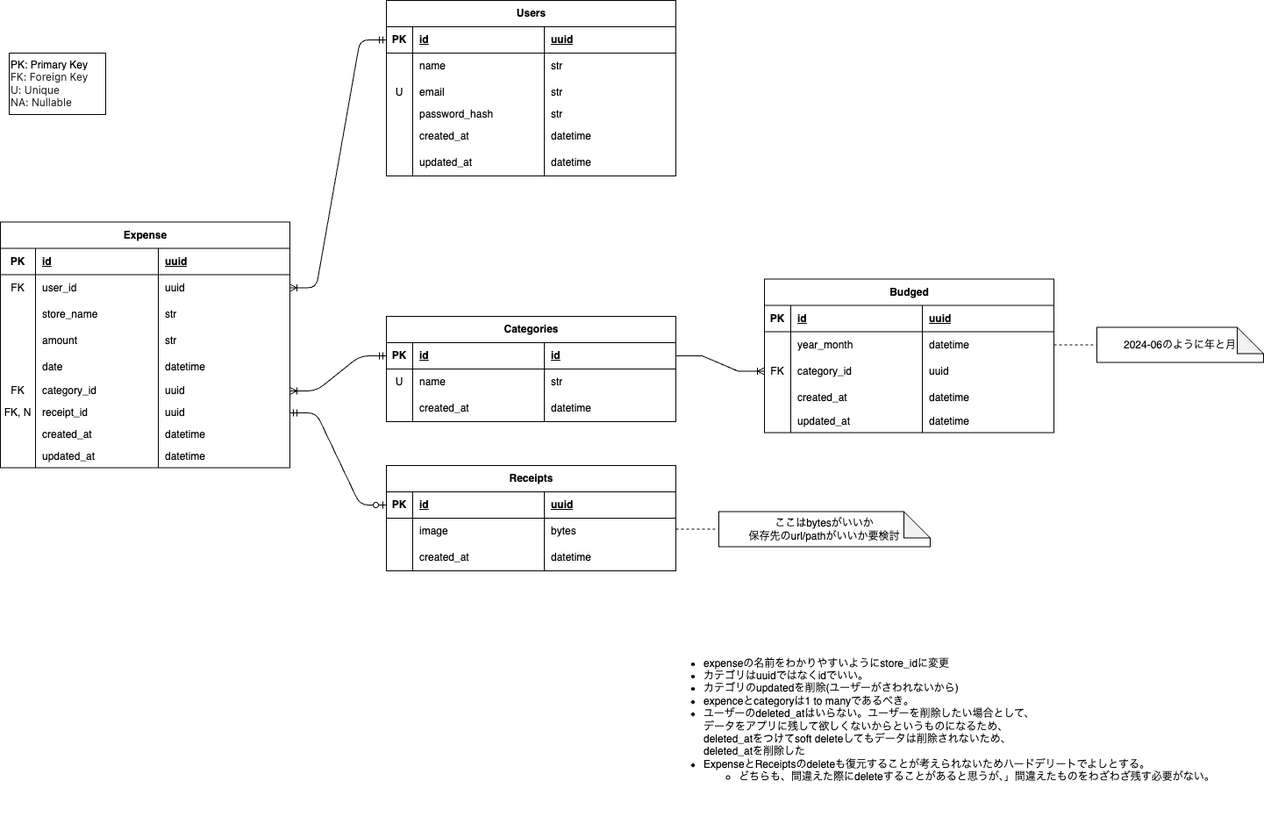
Earlier version of the draw.io export architecture/ER/ER_v2.png (ogaogs/receipt-scanner). Source tidied: cells renumbered, new cells last; positions are measured from the earlier drawing's top-left corner, leaving out a move shared by most shapes.
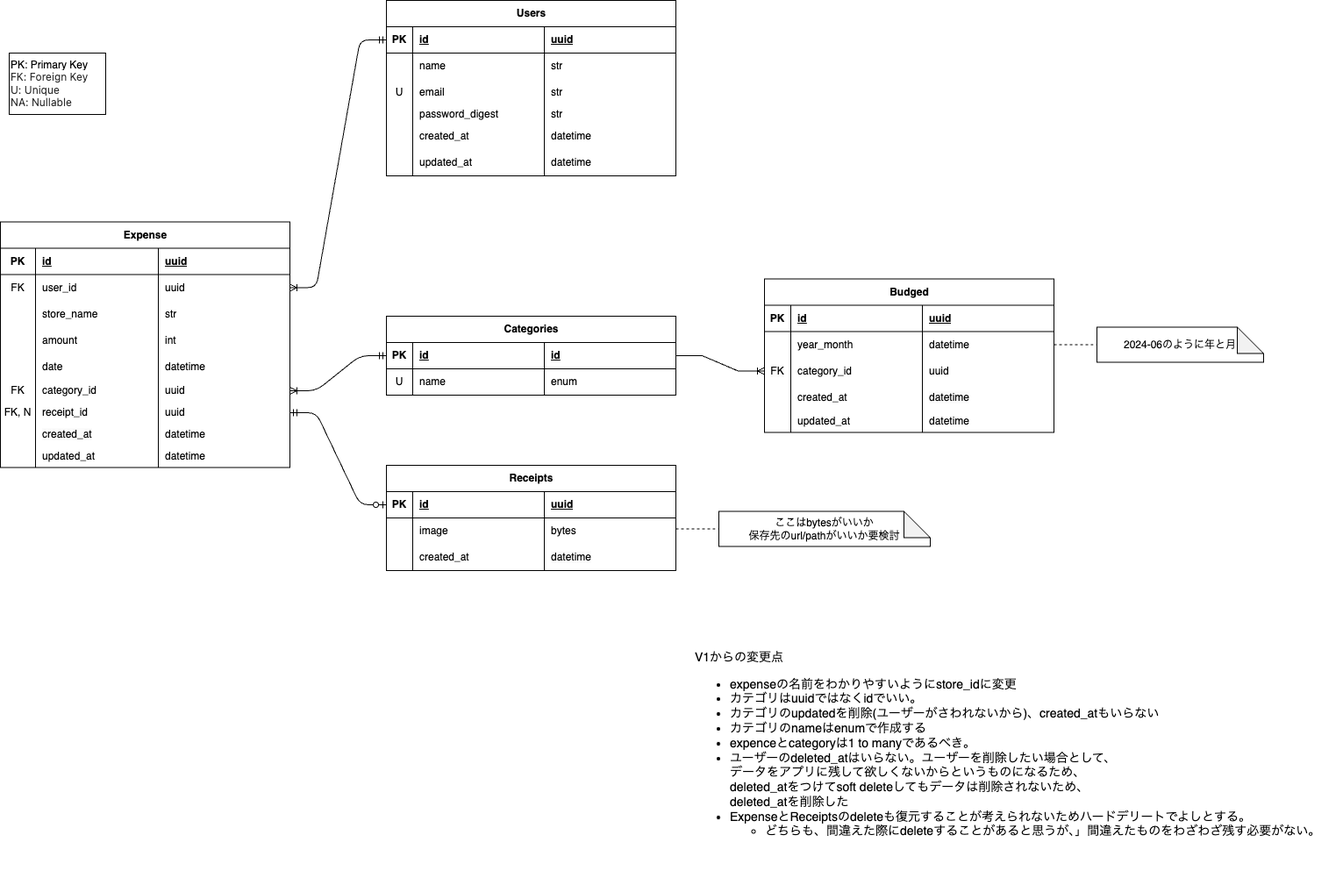
After the change.

Commit message:
🗃️ v2のER図を修正した (#30)

Change to the diagram source:
```diff
@@ -47,7 +47,7 @@
     <mxCell id="16" style="shape=partialRectangle;fillColor=none;top=0;left=0;bottom=0;right=0;overflow=hidden;whiteSpace=wrap;html=1;" parent="15" vertex="1">
       <mxGeometry width="30" height="20" as="geometry" />
     </mxCell>
-    <mxCell id="17" value="password_hash" style="shape=partialRectangle;fillColor=none;top=0;left=0;bottom=0;right=0;align=left;spacingLeft=6;overflow=hidden;whiteSpace=wrap;html=1;" parent="15" vertex="1">
+    <mxCell id="17" value="password_digest" style="shape=partialRectangle;fillColor=none;top=0;left=0;bottom=0;right=0;align=left;spacingLeft=6;overflow=hidden;whiteSpace=wrap;html=1;" parent="15" vertex="1">
       <mxGeometry x="30" width="150" height="20" as="geometry" />
     </mxCell>
     <mxCell id="18" value="str" style="shape=partialRectangle;fillColor=none;top=0;left=0;bottom=0;right=0;align=left;spacingLeft=6;overflow=hidden;whiteSpace=wrap;html=1;" parent="15" vertex="1">
@@ -125,7 +125,7 @@
     <mxCell id="42" value="amount" style="shape=partialRectangle;fillColor=none;top=0;left=0;bottom=0;right=0;align=left;spacingLeft=6;overflow=hidden;whiteSpace=wrap;html=1;" parent="40" vertex="1">
       <mxGeometry x="40" width="140" height="30" as="geometry" />
     </mxCell>
-    <mxCell id="43" value="str" style="shape=partialRectangle;fillColor=none;top=0;left=0;bottom=0;right=0;align=left;spacingLeft=6;overflow=hidden;whiteSpace=wrap;html=1;" parent="40" vertex="1">
+    <mxCell id="43" value="int" style="shape=partialRectangle;fillColor=none;top=0;left=0;bottom=0;right=0;align=left;spacingLeft=6;overflow=hidden;whiteSpace=wrap;html=1;" parent="40" vertex="1">
       <mxGeometry x="180" width="150" height="30" as="geometry" />
     </mxCell>
     <mxCell id="44" style="shape=tableRow;horizontal=0;startSize=0;swimlaneHead=0;swimlaneBody=0;fillColor=none;top=0;left=0;right=0;bottom=0;" parent="27" vertex="1">
@@ -189,7 +189,7 @@
       <mxGeometry x="180" width="150" height="25" as="geometry" />
     </mxCell>
     <mxCell id="64" value="Categories" style="shape=table;startSize=30;rowLines=0;fontStyle=1;align=center;html=1;" parent="1" vertex="1">
-      <mxGeometry x="440" y="360" width="330" height="120" as="geometry" />
+      <mxGeometry x="440" y="360" width="330" height="90" as="geometry" />
     </mxCell>
     <mxCell id="65" style="shape=tableRow;horizontal=0;startSize=0;swimlaneHead=0;swimlaneBody=0;fillColor=none;points=[[0,0.5],[1,0.5]];portConstraint=eastwest;top=0;left=0;right=0;bottom=1;" parent="64" vertex="1">
       <mxGeometry y="30" width="330" height="30" as="geometry" />
@@ -212,21 +212,9 @@
     <mxCell id="71" value="name" style="shape=partialRectangle;fillColor=none;top=0;left=0;bottom=0;right=0;align=left;spacingLeft=6;overflow=hidden;whiteSpace=wrap;html=1;" parent="69" vertex="1">
       <mxGeometry x="30" width="150" height="30" as="geometry" />
     </mxCell>
-    <mxCell id="72" value="str" style="shape=partialRectangle;fillColor=none;top=0;left=0;bottom=0;right=0;align=left;spacingLeft=6;overflow=hidden;whiteSpace=wrap;html=1;" parent="69" vertex="1">
+    <mxCell id="72" value="enum" style="shape=partialRectangle;fillColor=none;top=0;left=0;bottom=0;right=0;align=left;spacingLeft=6;overflow=hidden;whiteSpace=wrap;html=1;" parent="69" vertex="1">
       <mxGeometry x="180" width="150" height="30" as="geometry" />
     </mxCell>
-    <mxCell id="73" style="shape=tableRow;horizontal=0;startSize=0;swimlaneHead=0;swimlaneBody=0;fillColor=none;top=0;left=0;right=0;bottom=0;" parent="64" vertex="1">
-      <mxGeometry y="90" width="330" height="30" as="geometry" />
-    </mxCell>
-    <mxCell id="74" style="shape=partialRectangle;fillColor=none;top=0;left=0;bottom=0;right=0;overflow=hidden;whiteSpace=wrap;html=1;" parent="73" vertex="1">
-      <mxGeometry width="30" height="30" as="geometry" />
-    </mxCell>
-    <mxCell id="75" value="created_at" style="shape=partialRectangle;fillColor=none;top=0;left=0;bottom=0;right=0;align=left;spacingLeft=6;overflow=hidden;whiteSpace=wrap;html=1;" parent="73" vertex="1">
-      <mxGeometry x="30" width="150" height="30" as="geometry" />
-    </mxCell>
-    <mxCell id="76" value="&lt;meta charset=&quot;utf-8&quot;&gt;&lt;span style=&quot;color: rgb(0, 0, 0); font-family: Helvetica; font-size: 12px; font-style: normal; font-variant-ligatures: normal; font-variant-caps: normal; font-weight: 400; letter-spacing: normal; orphans: 2; text-align: left; text-indent: 0px; text-transform: none; widows: 2; word-spacing: 0px; -webkit-text-stroke-width: 0px; white-space: normal; background-color: rgb(251, 251, 251); text-decoration-thickness: initial; text-decoration-style: initial; text-decoration-color: initial; display: inline !important; float: none;&quot;&gt;datetime&lt;/span&gt;" style="shape=partialRectangle;fillColor=none;top=0;left=0;bottom=0;right=0;align=left;spacingLeft=6;overflow=hidden;whiteSpace=wrap;html=1;" parent="73" vertex="1">
-      <mxGeometry x="180" width="150" height="30" as="geometry" />
-    </mxCell>
     <mxCell id="77" value="Receipts" style="shape=table;startSize=30;rowLines=0;fontStyle=1;align=center;html=1;" parent="1" vertex="1">
       <mxGeometry x="440" y="530" width="330" height="120" as="geometry" />
     </mxCell>
@@ -332,8 +320,8 @@
     <mxCell id="111" style="edgeStyle=entityRelationEdgeStyle;fontSize=12;html=1;endArrow=ERoneToMany;rounded=0;entryX=0;entryY=0.5;entryDx=0;entryDy=0;exitX=1;exitY=0.5;exitDx=0;exitDy=0;" parent="1" edge="1" source="65" target="99">
       <mxGeometry relative="1" as="geometry" />
     </mxCell>
-    <mxCell id="112" value="&lt;ul&gt;&lt;li&gt;expenseの名前をわかりやすいようにstore_idに変更&lt;/li&gt;&lt;li&gt;カテゴリはuuidではなくidでいい。&lt;/li&gt;&lt;li&gt;&lt;span style=&quot;background-color: initial;&quot;&gt;カテゴリのupdatedを削除(ユーザーがさわれないから)&lt;/span&gt;&lt;/li&gt;&lt;li&gt;expenceとcategoryは1 to manyであるべき。&lt;/li&gt;&lt;li&gt;ユーザーのdeleted_atはいらない。ユーザーを削除したい場合として、&lt;br&gt;データをアプリに残して欲しくないからというものになるため、&lt;br&gt;deleted_atをつけてsoft deleteしてもデータは削除されないため、&lt;br&gt;deleted_atを削除した&lt;/li&gt;&lt;li&gt;ExpenseとReceiptsのdeleteも復元することが考えられないためハードデリートでよしとする。&lt;/li&gt;&lt;ul&gt;&lt;li&gt;どちらも、間違えた際にdeleteすることがあると思うが、」間違えたものをわざわざ残す必要がない。&lt;/li&gt;&lt;/ul&gt;&lt;/ul&gt;" style="text;html=1;align=left;verticalAlign=middle;strokeColor=none;fillColor=none;" parent="1" vertex="1">
-      <mxGeometry x="760" y="710" width="650" height="220" as="geometry" />
+    <mxCell id="112" value="&lt;div style=&quot;font-size: 14px;&quot;&gt;V1からの変更点&lt;/div&gt;&lt;ul style=&quot;font-size: 14px;&quot;&gt;&lt;li style=&quot;font-size: 14px;&quot;&gt;expenseの名前をわかりやすいようにstore_idに変更&lt;/li&gt;&lt;li style=&quot;font-size: 14px;&quot;&gt;カテゴリはuuidではなくidでいい。&lt;/li&gt;&lt;li style=&quot;font-size: 14px;&quot;&gt;&lt;span style=&quot;background-color: initial; font-size: 14px;&quot;&gt;カテゴリのupdatedを削除(ユーザーがさわれないから)、created_atもいらない&lt;/span&gt;&lt;/li&gt;&lt;li style=&quot;font-size: 14px;&quot;&gt;&lt;span style=&quot;background-color: initial; font-size: 14px;&quot;&gt;カテゴリのnameはenumで作成する&lt;/span&gt;&lt;/li&gt;&lt;li style=&quot;font-size: 14px;&quot;&gt;expenceとcategoryは1 to manyであるべき。&lt;/li&gt;&lt;li style=&quot;font-size: 14px;&quot;&gt;ユーザーのdeleted_atはいらない。ユーザーを削除したい場合として、&lt;br style=&quot;font-size: 14px;&quot;&gt;データをアプリに残して欲しくないからというものになるため、&lt;br style=&quot;font-size: 14px;&quot;&gt;deleted_atをつけてsoft deleteしてもデータは削除されないため、&lt;br style=&quot;font-size: 14px;&quot;&gt;deleted_atを削除した&lt;/li&gt;&lt;li style=&quot;font-size: 14px;&quot;&gt;ExpenseとReceiptsのdeleteも復元することが考えられないためハードデリートでよしとする。&lt;/li&gt;&lt;ul style=&quot;font-size: 14px;&quot;&gt;&lt;li style=&quot;font-size: 14px;&quot;&gt;どちらも、間違えた際にdeleteすることがあると思うが、」間違えたものをわざわざ残す必要がない。&lt;/li&gt;&lt;/ul&gt;&lt;/ul&gt;" style="text;html=1;align=left;verticalAlign=middle;strokeColor=none;fillColor=none;fontSize=14;" parent="1" vertex="1">
+      <mxGeometry x="790" y="710" width="740" height="290" as="geometry" />
     </mxCell>
     <mxCell id="113" value="&lt;font style=&quot;font-size: 12px;&quot;&gt;PK: Primary Key&lt;span style=&quot;color: rgba(0, 0, 0, 0.82); font-family: -apple-system, &amp;quot;system-ui&amp;quot;, &amp;quot;Hiragino Kaku Gothic ProN&amp;quot;, &amp;quot;Hiragino Sans&amp;quot;, Meiryo, sans-serif, &amp;quot;Segoe UI Emoji&amp;quot;; background-color: rgb(255, 255, 255);&quot;&gt;&lt;br&gt;FK: Foreign Key&lt;br&gt;U: Unique&lt;br&gt;NA: Nullable&lt;br&gt;&lt;/span&gt;&lt;/font&gt;" style="text;html=1;align=left;verticalAlign=middle;strokeColor=default;fillColor=none;" parent="1" vertex="1">
       <mxGeometry x="10" y="60" width="110" height="70" as="geometry" />
```
